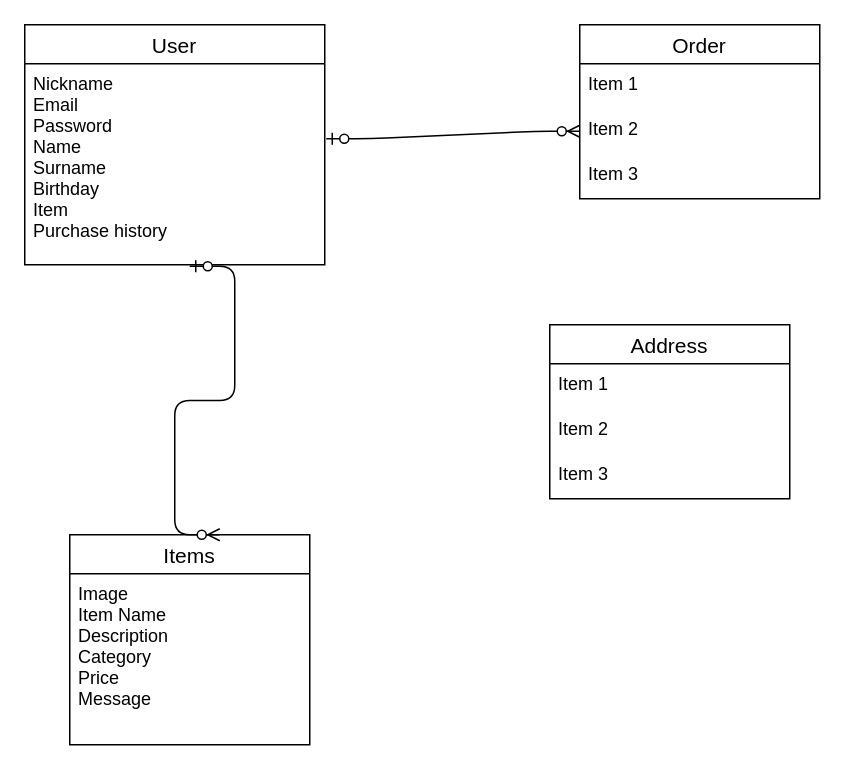
Kenn1476/furima-39704 keeps this draw.io diagram as test.dio. Above is the earlier version. Source tidied: cells renumbered, new cells numbered last; positions are measured from the earlier drawing's top-left corner, leaving out a move shared by most shapes. Both pictures are drawn from the tidied source at 150%, with x=0, y=0 at pixel (24, 24).
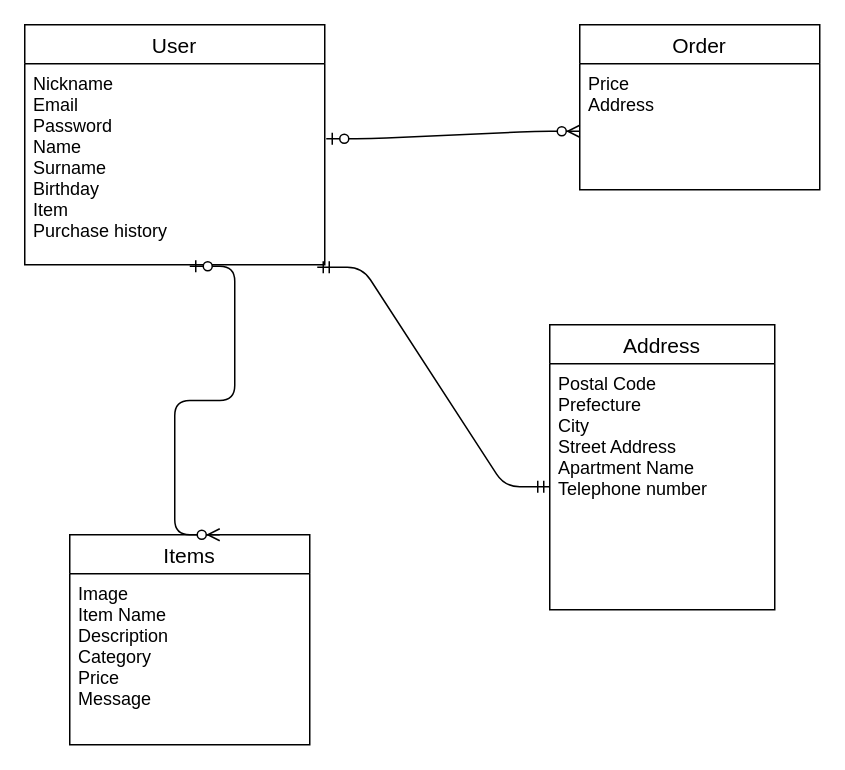
Above is the later version.

Diff of the diagram source:
```diff
@@
 <mxGraphModel>
   <root>
     <mxCell id="0" />
     <mxCell id="1" parent="0" />
     <mxCell id="2" value="User" style="swimlane;fontStyle=0;horizontal=1;startSize=26;align=center;fontSize=14;" parent="1" vertex="1">
       <mxGeometry width="200" height="160" as="geometry" />
     </mxCell>
     <mxCell id="3" value="Nickname&#10;Email&#10;Password&#10;Name&#10;Surname&#10;Birthday&#10;Item&#10;Purchase history&#10;" style="text;strokeColor=none;fillColor=none;spacingLeft=4;spacingRight=4;overflow=hidden;points=[[0,0.5],[1,0.5]];portConstraint=eastwest;fontSize=12;" parent="2" vertex="1">
       <mxGeometry y="26" width="200" height="134" as="geometry" />
     </mxCell>
     <mxCell id="4" value="Order" style="swimlane;fontStyle=0;horizontal=1;startSize=26;align=center;fontSize=14;" parent="1" vertex="1">
-      <mxGeometry x="370" width="160" height="116" as="geometry" />
+      <mxGeometry x="370" width="160" height="110" as="geometry" />
     </mxCell>
-    <mxCell id="5" value="Item 1" style="text;strokeColor=none;fillColor=none;spacingLeft=4;spacingRight=4;overflow=hidden;fontSize=12;" parent="4" vertex="1">
-      <mxGeometry y="26" width="160" height="30" as="geometry" />
+    <mxCell id="5" value="Price&#10;Address" style="text;strokeColor=none;fillColor=none;spacingLeft=4;spacingRight=4;overflow=hidden;fontSize=12;" parent="4" vertex="1">
+      <mxGeometry y="26" width="160" height="84" as="geometry" />
     </mxCell>
-    <mxCell id="6" value="Item 2" style="text;strokeColor=none;fillColor=none;spacingLeft=4;spacingRight=4;overflow=hidden;points=[[0,0.5],[1,0.5]];portConstraint=eastwest;fontSize=12;" parent="4" vertex="1">
-      <mxGeometry y="56" width="160" height="30" as="geometry" />
-    </mxCell>
-    <mxCell id="7" value="Item 3" style="text;strokeColor=none;fillColor=none;spacingLeft=4;spacingRight=4;overflow=hidden;fontSize=12;" parent="4" vertex="1">
-      <mxGeometry y="86" width="160" height="30" as="geometry" />
-    </mxCell>
     <mxCell id="8" value="Items" style="swimlane;fontStyle=0;horizontal=1;startSize=26;align=center;fontSize=14;" parent="1" vertex="1">
       <mxGeometry x="30" y="340" width="160" height="140" as="geometry" />
     </mxCell>
     <mxCell id="9" style="edgeStyle=entityRelationEdgeStyle;fontSize=12;html=1;endArrow=ERzeroToMany;startArrow=ERzeroToOne;" parent="8" edge="1">
       <mxGeometry relative="1" as="geometry">
         <mxPoint x="80" y="-179" as="sourcePoint" />
         <mxPoint x="100" as="targetPoint" />
       </mxGeometry>
     </mxCell>
     <mxCell id="10" value="Image&#10;Item Name&#10;Description&#10;Category&#10;Price&#10;Message&#10;" style="text;strokeColor=none;fillColor=none;spacingLeft=4;spacingRight=4;overflow=hidden;fontSize=12;" parent="8" vertex="1">
       <mxGeometry y="26" width="160" height="114" as="geometry" />
     </mxCell>
     <mxCell id="11" value="Address" style="swimlane;fontStyle=0;horizontal=1;startSize=26;align=center;fontSize=14;" parent="1" vertex="1">
-      <mxGeometry x="350" y="200" width="160" height="116" as="geometry" />
+      <mxGeometry x="350" y="200" width="150" height="190" as="geometry" />
     </mxCell>
-    <mxCell id="12" value="Item 1" style="text;strokeColor=none;fillColor=none;spacingLeft=4;spacingRight=4;overflow=hidden;points=[[0,0.5],[1,0.5]];portConstraint=eastwest;fontSize=12;" parent="11" vertex="1">
-      <mxGeometry y="26" width="160" height="30" as="geometry" />
+    <mxCell id="12" value="Postal Code&#10;Prefecture&#10;City&#10;Street Address&#10;Apartment Name&#10;Telephone number" style="text;strokeColor=none;fillColor=none;spacingLeft=4;spacingRight=4;overflow=hidden;points=[[0,0.5],[1,0.5]];portConstraint=eastwest;fontSize=12;" parent="11" vertex="1">
+      <mxGeometry y="26" width="150" height="164" as="geometry" />
     </mxCell>
-    <mxCell id="13" value="Item 2" style="text;strokeColor=none;fillColor=none;spacingLeft=4;spacingRight=4;overflow=hidden;fontSize=12;" parent="11" vertex="1">
-      <mxGeometry y="56" width="160" height="30" as="geometry" />
-    </mxCell>
-    <mxCell id="14" value="Item 3" style="text;strokeColor=none;fillColor=none;spacingLeft=4;spacingRight=4;overflow=hidden;fontSize=12;" parent="11" vertex="1">
-      <mxGeometry y="86" width="160" height="30" as="geometry" />
-    </mxCell>
-    <mxCell id="15" style="edgeStyle=entityRelationEdgeStyle;fontSize=12;html=1;endArrow=ERzeroToMany;startArrow=ERzeroToOne;exitX=1.005;exitY=0.373;exitDx=0;exitDy=0;exitPerimeter=0;entryX=0;entryY=0.5;entryDx=0;entryDy=0;jumpSize=13;" parent="1" edge="1" source="3" target="6">
-      <mxGeometry relative="1" as="geometry" />
+    <mxCell id="15" style="edgeStyle=entityRelationEdgeStyle;fontSize=12;html=1;endArrow=ERzeroToMany;startArrow=ERzeroToOne;exitX=1.005;exitY=0.373;exitDx=0;exitDy=0;exitPerimeter=0;entryX=0;entryY=0.5;entryDx=0;entryDy=0;jumpSize=13;" parent="1" edge="1" source="3">
+      <mxGeometry relative="1" as="geometry">
+        <mxPoint x="370" y="71" as="targetPoint" />
+      </mxGeometry>
     </mxCell>
+    <mxCell id="16" style="edgeStyle=entityRelationEdgeStyle;fontSize=12;html=1;endArrow=ERmandOne;startArrow=ERmandOne;entryX=0.975;entryY=1.012;entryDx=0;entryDy=0;entryPerimeter=0;" parent="1" edge="1" source="12" target="3">
+      <mxGeometry relative="1" as="geometry" />
+    </mxCell>
   </root>
 </mxGraphModel>
```
